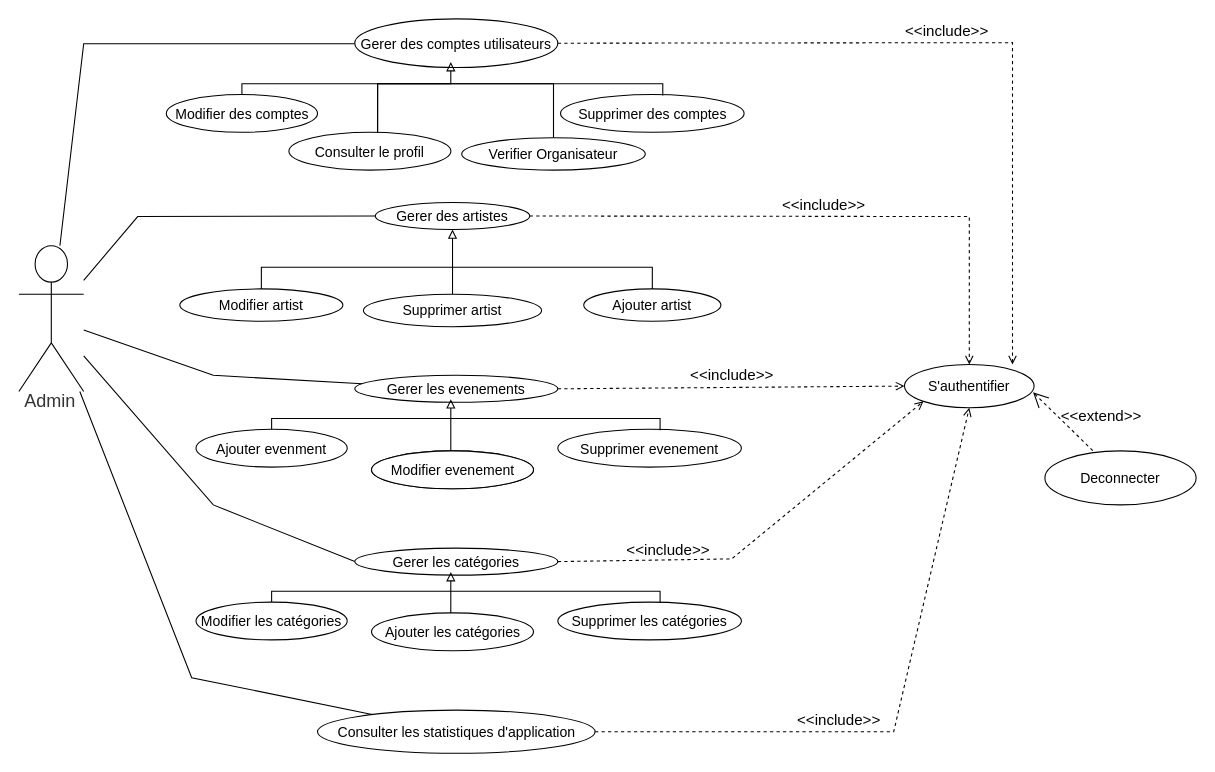
This is Diagram de cas utilisation/5-Admin_Vf.drawio from mohamedimem/event-, a draw.io file, before an edit. Source tidied: cells renumbered, new cells numbered last; positions are measured from the earlier drawing's top-left corner, leaving out a move shared by most shapes. Both pictures are drawn from the tidied source at 108%, with x=0, y=0 at pixel (18, 18).
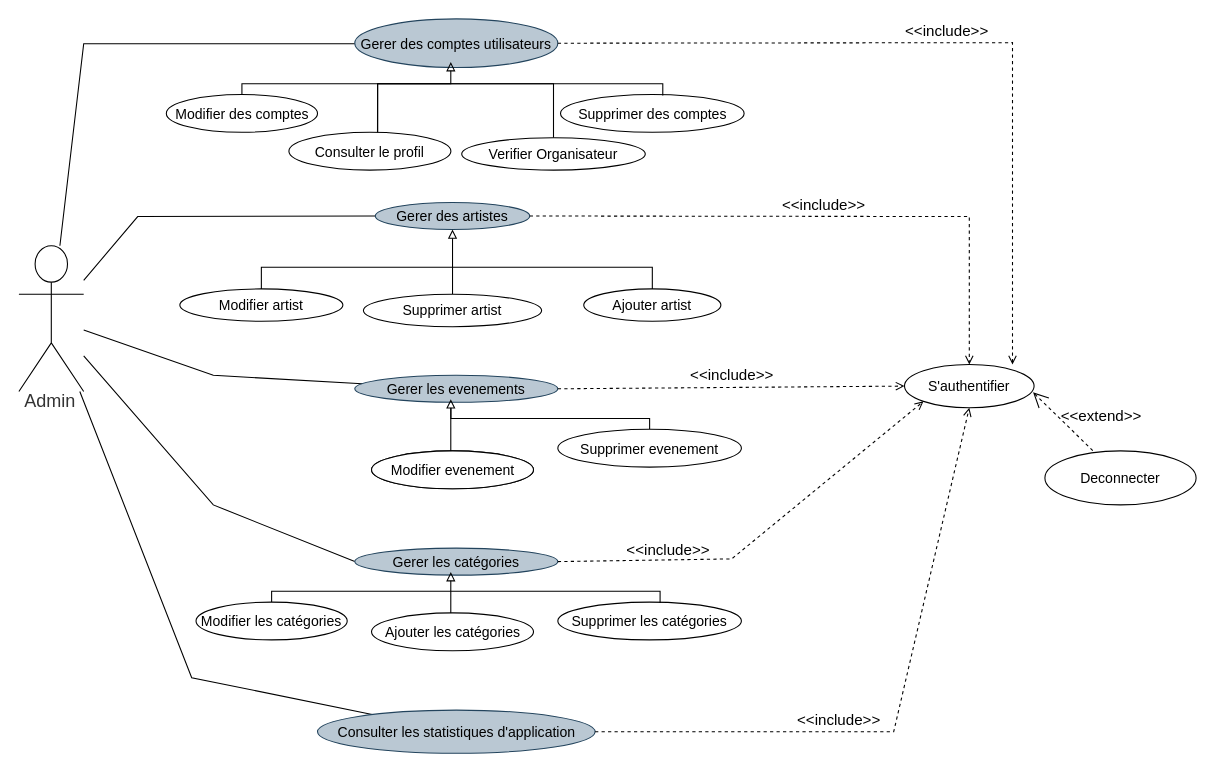
The same page after the edit.

Commit message:
Mettre à jour 5-Admin_Vf.drawio

The change refers to these unchanged cells:
```xml
<mxCell id="25" value="Supprimer evenement" style="html=1;overflow=block;blockSpacing=1;whiteSpace=wrap;ellipse;fontSize=13;spacing=3.8;strokeColor=#000000;strokeOpacity=100;rounded=1;absoluteArcSize=1;arcSize=9;strokeWidth=1;lucidId=UEmtKaLi1W1V;" parent="1" vertex="1">
  <mxGeometry x="499" y="380" width="170" height="35" as="geometry" />
</mxCell>
```

Diff of the diagram source:
```diff
@@
-    <mxCell id="4" value="Gerer des comptes utilisateurs" style="html=1;overflow=block;blockSpacing=1;whiteSpace=wrap;ellipse;fontSize=13;spacing=3.8;strokeColor=#000000;strokeOpacity=100;rounded=1;absoluteArcSize=1;arcSize=9;strokeWidth=1;lucidId=2CmtHglSXUaJ;" parent="1" vertex="1">
+    <mxCell id="4" value="Gerer des comptes utilisateurs" style="html=1;overflow=block;blockSpacing=1;whiteSpace=wrap;ellipse;fontSize=13;spacing=3.8;strokeColor=#23445d;strokeOpacity=100;rounded=1;absoluteArcSize=1;arcSize=9;strokeWidth=1;lucidId=2CmtHglSXUaJ;fillColor=#bac8d3;" parent="1" vertex="1">
       <mxGeometry x="311" width="188" height="45" as="geometry" />
     </mxCell>
@@
-    <mxCell id="6" value="Consulter les  statistiques d'application" style="html=1;overflow=block;blockSpacing=1;whiteSpace=wrap;ellipse;fontSize=13;spacing=3.8;strokeColor=#000000;strokeOpacity=100;rounded=1;absoluteArcSize=1;arcSize=9;strokeWidth=1;lucidId=4Cmtud14x5Y7;" parent="1" vertex="1">
+    <mxCell id="6" value="Consulter les  statistiques d'application" style="html=1;overflow=block;blockSpacing=1;whiteSpace=wrap;ellipse;fontSize=13;spacing=3.8;strokeColor=#23445d;strokeOpacity=100;rounded=1;absoluteArcSize=1;arcSize=9;strokeWidth=1;lucidId=4Cmtud14x5Y7;fillColor=#bac8d3;" parent="1" vertex="1">
       <mxGeometry x="276.5" y="640" width="257" height="40" as="geometry" />
     </mxCell>
@@
-    <mxCell id="10" value="Gerer des artistes" style="html=1;overflow=block;blockSpacing=1;whiteSpace=wrap;ellipse;fontSize=13;spacing=3.8;strokeColor=#000000;strokeOpacity=100;rounded=1;absoluteArcSize=1;arcSize=9;strokeWidth=1;lucidId=9Cmt3dIYTxuM;" parent="1" vertex="1">
+    <mxCell id="10" value="Gerer des artistes" style="html=1;overflow=block;blockSpacing=1;whiteSpace=wrap;ellipse;fontSize=13;spacing=3.8;strokeColor=#23445d;strokeOpacity=100;rounded=1;absoluteArcSize=1;arcSize=9;strokeWidth=1;lucidId=9Cmt3dIYTxuM;fillColor=#bac8d3;" parent="1" vertex="1">
       <mxGeometry x="330" y="170" width="143" height="25" as="geometry" />
     </mxCell>
@@
-    <mxCell id="24" value="&lt;div&gt;Gerer les evenements&lt;/div&gt;" style="html=1;overflow=block;blockSpacing=1;whiteSpace=wrap;ellipse;fontSize=13;spacing=3.8;strokeColor=#000000;strokeOpacity=100;rounded=1;absoluteArcSize=1;arcSize=9;strokeWidth=1;lucidId=2CmtHglSXUaJ;" parent="1" vertex="1">
+    <mxCell id="24" value="&lt;div&gt;Gerer les evenements&lt;/div&gt;" style="html=1;overflow=block;blockSpacing=1;whiteSpace=wrap;ellipse;fontSize=13;spacing=3.8;strokeColor=#23445d;strokeOpacity=100;rounded=1;absoluteArcSize=1;arcSize=9;strokeWidth=1;lucidId=2CmtHglSXUaJ;fillColor=#bac8d3;" parent="1" vertex="1">
       <mxGeometry x="311" y="330" width="188" height="25" as="geometry" />
     </mxCell>
+    <mxCell id="44" style="edgeStyle=orthogonalEdgeStyle;rounded=0;jettySize=auto;html=1;endArrow=none;endFill=0;" parent="1" edge="1" source="25">
+      <mxGeometry relative="1" as="geometry">
+        <mxPoint x="400" y="360" as="targetPoint" />
+        <Array as="points">
+          <mxPoint x="584" y="370" />
+          <mxPoint x="400" y="370" />
+        </Array>
+      </mxGeometry>
+    </mxCell>
@@
-    <mxCell id="28" value="Ajouter evenment" style="html=1;overflow=block;blockSpacing=1;whiteSpace=wrap;ellipse;fontSize=13;spacing=3.8;strokeColor=#000000;strokeOpacity=100;rounded=1;absoluteArcSize=1;arcSize=9;strokeWidth=1;lucidId=lFmtOqZzf6Zj;" parent="1" vertex="1">
-      <mxGeometry x="164" y="380" width="140" height="35" as="geometry" />
-    </mxCell>
-    <mxCell id="29" style="edgeStyle=orthogonalEdgeStyle;rounded=0;jettySize=auto;html=1;entryX=0.557;entryY=0.024;entryDx=0;entryDy=0;strokeColor=#000000;strokeWidth=1;endArrow=none;endFill=0;entryPerimeter=0;exitX=0.5;exitY=0;exitDx=0;exitDy=0;" parent="1" edge="1" source="28" target="25">
-      <mxGeometry relative="1" as="geometry">
-        <Array as="points">
-          <mxPoint x="234" y="370" />
-          <mxPoint x="594" y="370" />
-        </Array>
-      </mxGeometry>
-    </mxCell>
@@
-    <mxCell id="32" value="&lt;div&gt;Gerer les catégories&lt;/div&gt;" style="html=1;overflow=block;blockSpacing=1;whiteSpace=wrap;ellipse;fontSize=13;spacing=3.8;strokeColor=#000000;strokeOpacity=100;rounded=1;absoluteArcSize=1;arcSize=9;strokeWidth=1;lucidId=2CmtHglSXUaJ;" parent="1" vertex="1">
+    <mxCell id="32" value="&lt;div&gt;Gerer les catégories&lt;/div&gt;" style="html=1;overflow=block;blockSpacing=1;whiteSpace=wrap;ellipse;fontSize=13;spacing=3.8;strokeColor=#23445d;strokeOpacity=100;rounded=1;absoluteArcSize=1;arcSize=9;strokeWidth=1;lucidId=2CmtHglSXUaJ;fillColor=#bac8d3;" parent="1" vertex="1">
       <mxGeometry x="311" y="490" width="188" height="25" as="geometry" />
     </mxCell>
```
